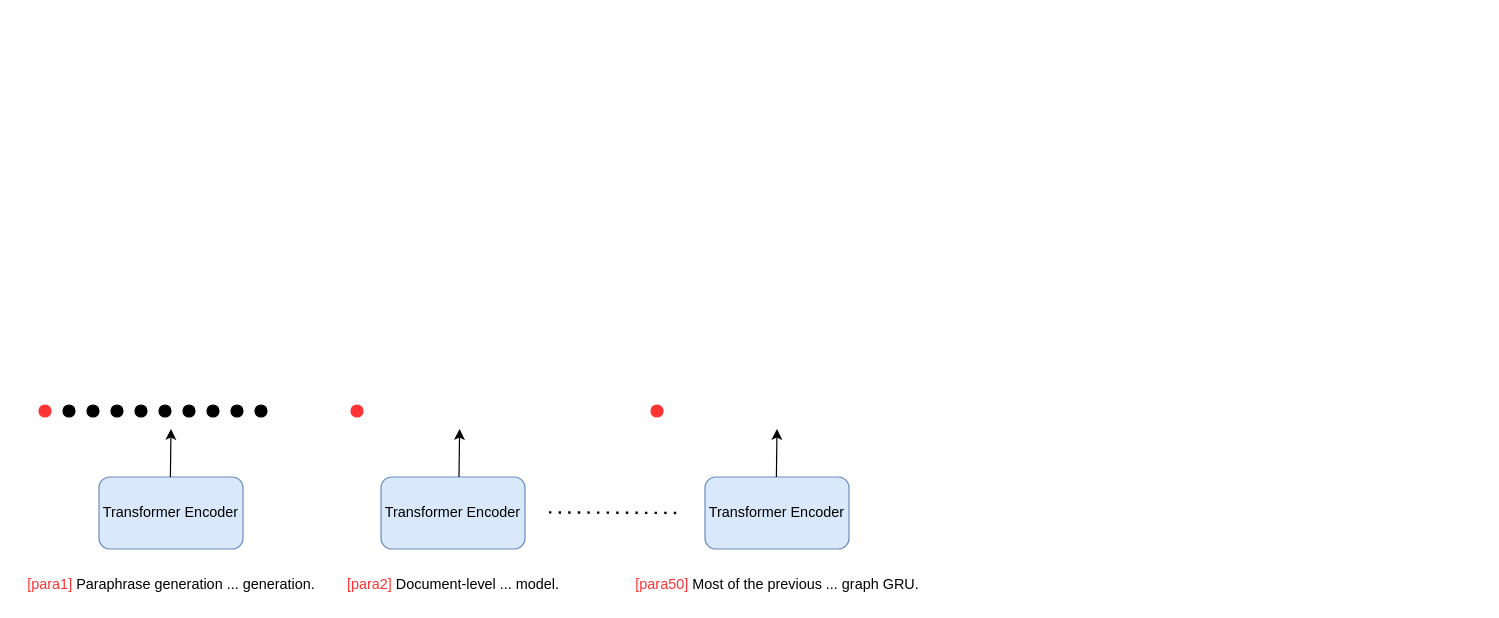
The draw.io diagram Untitled Diagram.drawio in Captainr22/SAE, before the edit. Source tidied: cells renumbered, new cells numbered last; positions are measured from the earlier drawing's top-left corner, leaving out a move shared by most shapes. Both pictures are drawn from the tidied source at 120%, with x=0, y=0 at pixel (20, 404).
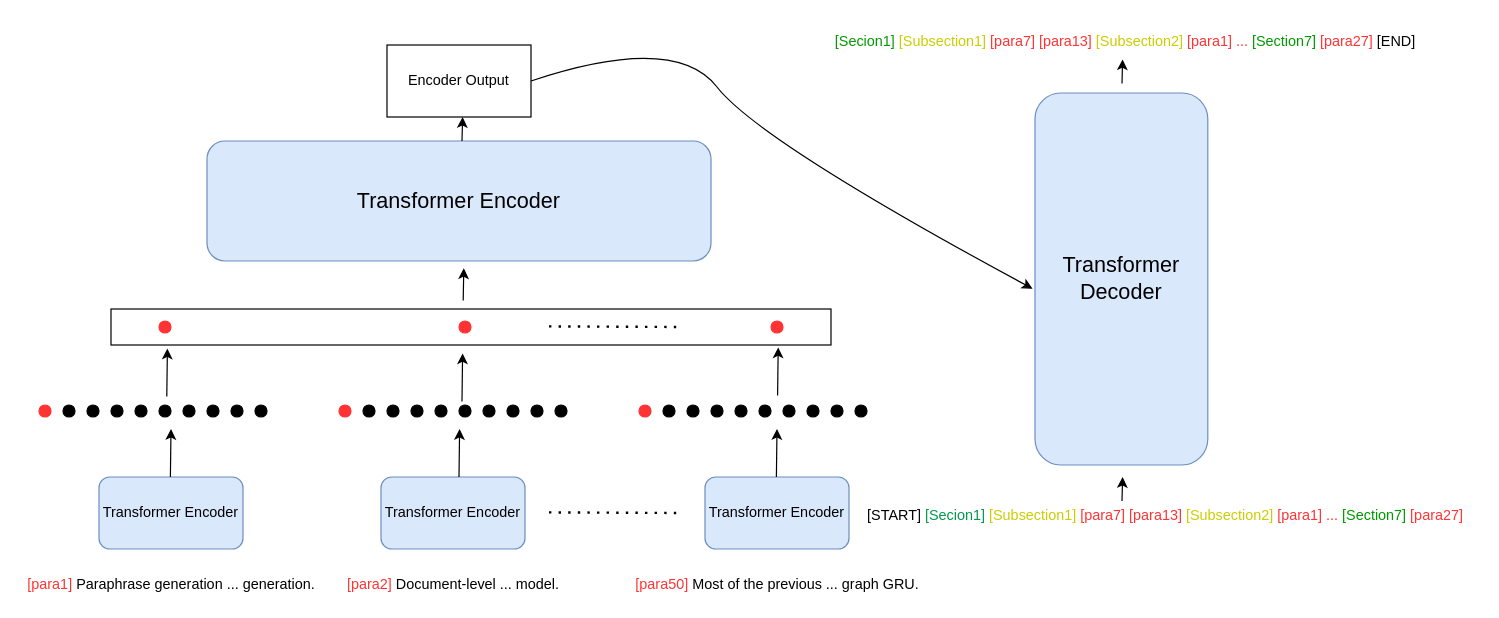
The same page after the edit.

What changed in the source:
```diff
@@
+    <mxCell id="24" style="rounded=0;whiteSpace=wrap;html=1;fontColor=#FF3333;strokeColor=#000000;fillColor=#FFFFFF;" parent="1" vertex="1">
+      <mxGeometry x="75" y="-80" width="600" height="30" as="geometry" />
+    </mxCell>
@@
-    <mxCell id="13" style="ellipse;whiteSpace=wrap;html=1;fontColor=#FF3333;strokeColor=#FF3333;fillColor=#FF3333;" parent="1" vertex="1">
-      <mxGeometry x="275" width="10" height="10" as="geometry" />
-    </mxCell>
-    <mxCell id="14" style="ellipse;whiteSpace=wrap;html=1;fontColor=#FF3333;strokeColor=#FF3333;fillColor=#FF3333;" parent="1" vertex="1">
-      <mxGeometry x="525" width="10" height="10" as="geometry" />
-    </mxCell>
@@
+    <mxCell id="25" style="ellipse;whiteSpace=wrap;html=1;fontColor=#FF3333;strokeColor=#FF3333;fillColor=#FF3333;" parent="1" vertex="1">
+      <mxGeometry x="265" width="10" height="10" as="geometry" />
+    </mxCell>
+    <mxCell id="26" style="ellipse;whiteSpace=wrap;html=1;fontColor=#FF3333;strokeColor=#000000;fillColor=#000000;" parent="1" vertex="1">
+      <mxGeometry x="285" width="10" height="10" as="geometry" />
+    </mxCell>
+    <mxCell id="27" style="ellipse;whiteSpace=wrap;html=1;fontColor=#FF3333;strokeColor=#000000;fillColor=#000000;" parent="1" vertex="1">
+      <mxGeometry x="305" width="10" height="10" as="geometry" />
+    </mxCell>
+    <mxCell id="28" style="ellipse;whiteSpace=wrap;html=1;fontColor=#FF3333;strokeColor=#000000;fillColor=#000000;" parent="1" vertex="1">
+      <mxGeometry x="325" width="10" height="10" as="geometry" />
+    </mxCell>
+    <mxCell id="29" style="ellipse;whiteSpace=wrap;html=1;fontColor=#FF3333;strokeColor=#000000;fillColor=#000000;" parent="1" vertex="1">
+      <mxGeometry x="345" width="10" height="10" as="geometry" />
+    </mxCell>
+    <mxCell id="30" style="ellipse;whiteSpace=wrap;html=1;fontColor=#FF3333;strokeColor=#000000;fillColor=#000000;" parent="1" vertex="1">
+      <mxGeometry x="365" width="10" height="10" as="geometry" />
+    </mxCell>
+    <mxCell id="31" style="ellipse;whiteSpace=wrap;html=1;fontColor=#FF3333;strokeColor=#000000;fillColor=#000000;" parent="1" vertex="1">
+      <mxGeometry x="385" width="10" height="10" as="geometry" />
+    </mxCell>
+    <mxCell id="32" style="ellipse;whiteSpace=wrap;html=1;fontColor=#FF3333;strokeColor=#000000;fillColor=#000000;" parent="1" vertex="1">
+      <mxGeometry x="405" width="10" height="10" as="geometry" />
+    </mxCell>
+    <mxCell id="33" style="ellipse;whiteSpace=wrap;html=1;fontColor=#FF3333;strokeColor=#000000;fillColor=#000000;" parent="1" vertex="1">
+      <mxGeometry x="425" width="10" height="10" as="geometry" />
+    </mxCell>
+    <mxCell id="34" style="ellipse;whiteSpace=wrap;html=1;fontColor=#FF3333;strokeColor=#000000;fillColor=#000000;" parent="1" vertex="1">
+      <mxGeometry x="445" width="10" height="10" as="geometry" />
+    </mxCell>
+    <mxCell id="35" style="ellipse;whiteSpace=wrap;html=1;fontColor=#FF3333;strokeColor=#FF3333;fillColor=#FF3333;" parent="1" vertex="1">
+      <mxGeometry x="515" width="10" height="10" as="geometry" />
+    </mxCell>
+    <mxCell id="36" style="ellipse;whiteSpace=wrap;html=1;fontColor=#FF3333;strokeColor=#000000;fillColor=#000000;" parent="1" vertex="1">
+      <mxGeometry x="535" width="10" height="10" as="geometry" />
+    </mxCell>
+    <mxCell id="37" style="ellipse;whiteSpace=wrap;html=1;fontColor=#FF3333;strokeColor=#000000;fillColor=#000000;" parent="1" vertex="1">
+      <mxGeometry x="555" width="10" height="10" as="geometry" />
+    </mxCell>
+    <mxCell id="38" style="ellipse;whiteSpace=wrap;html=1;fontColor=#FF3333;strokeColor=#000000;fillColor=#000000;" parent="1" vertex="1">
+      <mxGeometry x="575" width="10" height="10" as="geometry" />
+    </mxCell>
+    <mxCell id="39" style="ellipse;whiteSpace=wrap;html=1;fontColor=#FF3333;strokeColor=#000000;fillColor=#000000;" parent="1" vertex="1">
+      <mxGeometry x="595" width="10" height="10" as="geometry" />
+    </mxCell>
+    <mxCell id="40" style="ellipse;whiteSpace=wrap;html=1;fontColor=#FF3333;strokeColor=#000000;fillColor=#000000;" parent="1" vertex="1">
+      <mxGeometry x="615" width="10" height="10" as="geometry" />
+    </mxCell>
+    <mxCell id="41" style="ellipse;whiteSpace=wrap;html=1;fontColor=#FF3333;strokeColor=#000000;fillColor=#000000;" parent="1" vertex="1">
+      <mxGeometry x="635" width="10" height="10" as="geometry" />
+    </mxCell>
+    <mxCell id="42" style="ellipse;whiteSpace=wrap;html=1;fontColor=#FF3333;strokeColor=#000000;fillColor=#000000;" parent="1" vertex="1">
+      <mxGeometry x="655" width="10" height="10" as="geometry" />
+    </mxCell>
+    <mxCell id="43" style="ellipse;whiteSpace=wrap;html=1;fontColor=#FF3333;strokeColor=#000000;fillColor=#000000;" parent="1" vertex="1">
+      <mxGeometry x="675" width="10" height="10" as="geometry" />
+    </mxCell>
+    <mxCell id="44" style="ellipse;whiteSpace=wrap;html=1;fontColor=#FF3333;strokeColor=#000000;fillColor=#000000;" parent="1" vertex="1">
+      <mxGeometry x="695" width="10" height="10" as="geometry" />
+    </mxCell>
+    <mxCell id="45" style="ellipse;whiteSpace=wrap;html=1;fontColor=#FF3333;strokeColor=#FF3333;fillColor=#FF3333;" parent="1" vertex="1">
+      <mxGeometry x="115" y="-70" width="10" height="10" as="geometry" />
+    </mxCell>
+    <mxCell id="46" style="ellipse;whiteSpace=wrap;html=1;fontColor=#FF3333;strokeColor=#FF3333;fillColor=#FF3333;" parent="1" vertex="1">
+      <mxGeometry x="365" y="-70" width="10" height="10" as="geometry" />
+    </mxCell>
+    <mxCell id="47" style="ellipse;whiteSpace=wrap;html=1;fontColor=#FF3333;strokeColor=#FF3333;fillColor=#FF3333;" parent="1" vertex="1">
+      <mxGeometry x="625" y="-70" width="10" height="10" as="geometry" />
+    </mxCell>
+    <mxCell id="48" style="endArrow=none;dashed=1;html=1;dashPattern=1 3;strokeWidth=2;rounded=0;" parent="1" edge="1">
+      <mxGeometry relative="1" as="geometry">
+        <mxPoint x="440" y="-65.5" as="sourcePoint" />
+        <mxPoint x="550" y="-65" as="targetPoint" />
+      </mxGeometry>
+    </mxCell>
+    <mxCell id="49" value="&lt;font style=&quot;font-size: 18px&quot;&gt;Transformer Encoder&lt;/font&gt;" style="rounded=1;whiteSpace=wrap;html=1;strokeColor=#6c8ebf;fillColor=#dae8fc;" parent="1" vertex="1">
+      <mxGeometry x="155" y="-220" width="420" height="100" as="geometry" />
+    </mxCell>
+    <mxCell id="50" style="endArrow=classic;html=1;rounded=0;fontColor=#FF3333;" parent="1" edge="1">
+      <mxGeometry relative="1" as="geometry">
+        <mxPoint x="121.5" y="-7" as="sourcePoint" />
+        <mxPoint x="122" y="-47" as="targetPoint" />
+      </mxGeometry>
+    </mxCell>
+    <mxCell id="51" style="endArrow=classic;html=1;rounded=0;fontColor=#FF3333;" parent="1" edge="1">
+      <mxGeometry relative="1" as="geometry">
+        <mxPoint x="367.5" y="-3" as="sourcePoint" />
+        <mxPoint x="368" y="-43" as="targetPoint" />
+      </mxGeometry>
+    </mxCell>
+    <mxCell id="52" style="endArrow=classic;html=1;rounded=0;fontColor=#FF3333;" parent="1" edge="1">
+      <mxGeometry relative="1" as="geometry">
+        <mxPoint x="630.5" y="-8" as="sourcePoint" />
+        <mxPoint x="631" y="-48" as="targetPoint" />
+      </mxGeometry>
+    </mxCell>
+    <mxCell id="53" style="endArrow=classic;html=1;rounded=0;fontColor=#FF3333;" parent="1" edge="1">
+      <mxGeometry relative="1" as="geometry">
+        <mxPoint x="368.5" y="-87" as="sourcePoint" />
+        <mxPoint x="369" y="-114" as="targetPoint" />
+      </mxGeometry>
+    </mxCell>
+    <mxCell id="54" value="&lt;font style=&quot;font-size: 18px&quot;&gt;Transformer Decoder&lt;/font&gt;" style="rounded=1;whiteSpace=wrap;html=1;strokeColor=#6c8ebf;fillColor=#dae8fc;" parent="1" vertex="1">
+      <mxGeometry x="845" y="-260" width="144" height="310" as="geometry" />
+    </mxCell>
+    <mxCell id="55" value="&lt;font style=&quot;font-size: 12px&quot;&gt;&lt;font color=&quot;#009900&quot;&gt;[Secion1]&lt;/font&gt; &lt;font color=&quot;#cccc00&quot;&gt;[Subsection1]&lt;/font&gt; [para7] [para13] &lt;font color=&quot;#cccc00&quot;&gt;[Subsection2]&lt;/font&gt; [para1] ... &lt;font color=&quot;#009900&quot;&gt;[Section7]&lt;/font&gt; [para27] &lt;font color=&quot;#000000&quot;&gt;[END]&lt;/font&gt;&lt;/font&gt;" style="text;html=1;align=center;verticalAlign=middle;strokeColor=none;fillColor=none;fontSize=18;fontColor=#FF3333;" parent="1" vertex="1">
+      <mxGeometry x="670" y="-320" width="500" height="30" as="geometry" />
+    </mxCell>
+    <mxCell id="56" value="&lt;font style=&quot;font-size: 12px&quot;&gt;&lt;font color=&quot;#000000&quot;&gt;[START]&lt;/font&gt;&lt;font color=&quot;#00994d&quot;&gt; [Secion1]&lt;/font&gt; &lt;font color=&quot;#cccc00&quot;&gt;[Subsection1]&lt;/font&gt; [para7] [para13] &lt;font color=&quot;#cccc00&quot;&gt;[Subsection2]&lt;/font&gt; [para1] ... &lt;font color=&quot;#009900&quot;&gt;[Section7]&lt;/font&gt; [para27]&amp;nbsp;&lt;/font&gt;" style="text;html=1;align=center;verticalAlign=middle;strokeColor=none;fillColor=none;fontSize=18;fontColor=#FF3333;" parent="1" vertex="1">
+      <mxGeometry x="695" y="75" width="520" height="30" as="geometry" />
+    </mxCell>
+    <mxCell id="57" value="&lt;font color=&quot;#000000&quot;&gt;Encoder Output&lt;/font&gt;" style="rounded=0;whiteSpace=wrap;html=1;fontSize=12;fontColor=#009900;strokeColor=#000000;fillColor=#FFFFFF;" parent="1" vertex="1">
+      <mxGeometry x="305" y="-300" width="120" height="60" as="geometry" />
+    </mxCell>
+    <mxCell id="58" style="curved=1;endArrow=classic;html=1;rounded=0;fontSize=12;fontColor=#000000;exitX=1;exitY=0.5;exitDx=0;exitDy=0;entryX=-0.014;entryY=0.526;entryDx=0;entryDy=0;entryPerimeter=0;" parent="1" edge="1" source="57" target="54">
+      <mxGeometry relative="1" as="geometry">
+        <Array as="points">
+          <mxPoint x="545" y="-310" />
+          <mxPoint x="615" y="-220" />
+        </Array>
+      </mxGeometry>
+    </mxCell>
+    <mxCell id="59" style="endArrow=classic;html=1;rounded=0;fontColor=#FF3333;" parent="1" edge="1">
+      <mxGeometry relative="1" as="geometry">
+        <mxPoint x="917.5" y="80" as="sourcePoint" />
+        <mxPoint x="918" y="60" as="targetPoint" />
+      </mxGeometry>
+    </mxCell>
+    <mxCell id="60" style="endArrow=classic;html=1;rounded=0;fontColor=#FF3333;" parent="1" edge="1">
+      <mxGeometry relative="1" as="geometry">
+        <mxPoint x="917.5" y="-268" as="sourcePoint" />
+        <mxPoint x="918" y="-288" as="targetPoint" />
+      </mxGeometry>
+    </mxCell>
+    <mxCell id="61" style="endArrow=classic;html=1;rounded=0;fontColor=#FF3333;" parent="1" edge="1">
+      <mxGeometry relative="1" as="geometry">
+        <mxPoint x="367.5" y="-220" as="sourcePoint" />
+        <mxPoint x="368" y="-240" as="targetPoint" />
+      </mxGeometry>
+    </mxCell>
```
